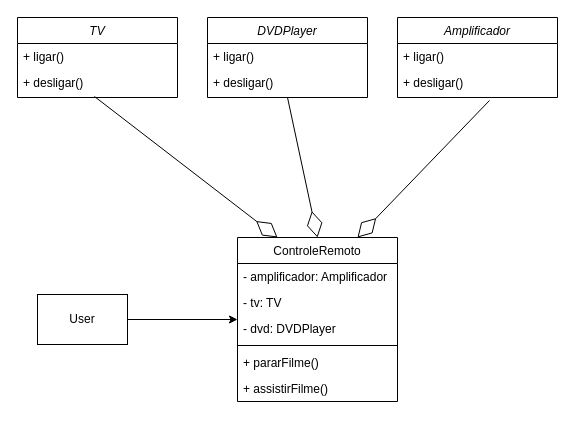
marcelosilva7/bertoti keeps this draw.io diagram as Padroes de Projeto de Sistemas/src/Facade/Diagrama facade.drawio. Above is the earlier version. Source tidied: cells renumbered, new cells numbered last; positions are measured from the earlier drawing's top-left corner, leaving out a move shared by most shapes. Both pictures are drawn from the tidied source at 100%, with x=0, y=0 at pixel (17, 17).
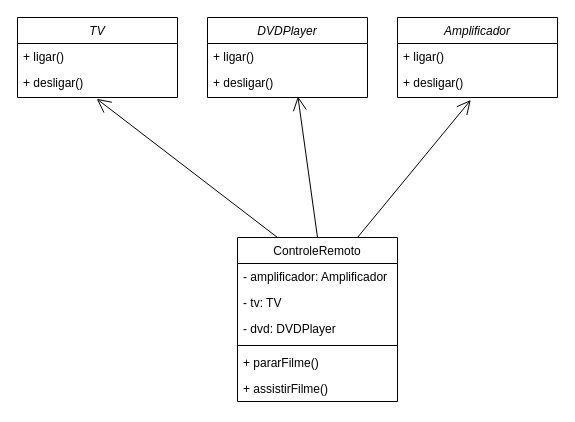
The same diagram, later.

Unchanged cells that the change refers to:
```xml
<mxCell id="2" value="DVDPlayer" style="swimlane;fontStyle=2;align=center;verticalAlign=top;horizontal=1;startSize=26;rounded=0;shadow=0;strokeWidth=1;" parent="1" vertex="1">
  <mxGeometry x="190" width="160" height="80" as="geometry" />
</mxCell>
<mxCell id="4" value="+ desligar()" style="text;align=left;verticalAlign=top;spacingLeft=4;spacingRight=4;overflow=hidden;points=[[0,0.5],[1,0.5]];portConstraint=eastwest;rounded=0;shadow=0;html=0;" parent="2" vertex="1">
  <mxGeometry y="52" width="160" height="26" as="geometry" />
</mxCell>
<mxCell id="5" value="ControleRemoto" style="swimlane;fontStyle=0;align=center;verticalAlign=top;horizontal=1;startSize=26;rounded=0;shadow=0;strokeWidth=1;" parent="1" vertex="1">
  <mxGeometry x="220" y="220" width="160" height="164" as="geometry" />
</mxCell>
<mxCell id="8" value="- dvd: DVDPlayer" style="text;align=left;verticalAlign=top;spacingLeft=4;spacingRight=4;overflow=hidden;points=[[0,0.5],[1,0.5]];portConstraint=eastwest;" parent="5" vertex="1">
  <mxGeometry y="78" width="160" height="26" as="geometry" />
</mxCell>
<mxCell id="14" value="+ desligar()" style="text;align=left;verticalAlign=top;spacingLeft=4;spacingRight=4;overflow=hidden;points=[[0,0.5],[1,0.5]];portConstraint=eastwest;rounded=0;shadow=0;html=0;" parent="12" vertex="1">
  <mxGeometry y="52" width="160" height="26" as="geometry" />
</mxCell>
<mxCell id="17" value="+ desligar()" style="text;align=left;verticalAlign=top;spacingLeft=4;spacingRight=4;overflow=hidden;points=[[0,0.5],[1,0.5]];portConstraint=eastwest;rounded=0;shadow=0;html=0;" parent="15" vertex="1">
  <mxGeometry y="52" width="160" height="26" as="geometry" />
</mxCell>
```

Change to the diagram source:
```diff
@@
-    <mxCell id="18" style="endArrow=diamondThin;endFill=0;endSize=24;html=1;rounded=0;entryX=0.25;entryY=0;entryDx=0;entryDy=0;exitX=0.481;exitY=1.038;exitDx=0;exitDy=0;exitPerimeter=0;" parent="1" edge="1" source="14" target="5">
-      <mxGeometry relative="1" as="geometry" />
-    </mxCell>
-    <mxCell id="19" style="endArrow=diamondThin;endFill=0;endSize=24;html=1;rounded=0;entryX=0.5;entryY=0;entryDx=0;entryDy=0;exitX=0.5;exitY=1;exitDx=0;exitDy=0;" parent="1" edge="1" source="2" target="5">
-      <mxGeometry relative="1" as="geometry" />
-    </mxCell>
-    <mxCell id="20" style="endArrow=diamondThin;endFill=0;endSize=24;html=1;rounded=0;entryX=0.75;entryY=0;entryDx=0;entryDy=0;exitX=0.575;exitY=1.192;exitDx=0;exitDy=0;exitPerimeter=0;" parent="1" edge="1" source="17" target="5">
-      <mxGeometry relative="1" as="geometry" />
-    </mxCell>
-    <mxCell id="21" value="User" style="html=1;whiteSpace=wrap;" parent="1" vertex="1">
-      <mxGeometry x="20" y="277" width="90" height="50" as="geometry" />
-    </mxCell>
-    <mxCell id="22" style="edgeStyle=orthogonalEdgeStyle;rounded=0;jettySize=auto;html=1;entryX=0;entryY=0.154;entryDx=0;entryDy=0;entryPerimeter=0;" parent="1" edge="1" source="21" target="8">
-      <mxGeometry relative="1" as="geometry" />
-    </mxCell>
+    <mxCell id="23" style="endArrow=open;endFill=1;endSize=12;html=1;rounded=0;exitX=0.75;exitY=0;exitDx=0;exitDy=0;entryX=0.458;entryY=1.172;entryDx=0;entryDy=0;entryPerimeter=0;" parent="1" edge="1" source="5" target="17">
+      <mxGeometry relative="1" as="geometry" />
+    </mxCell>
+    <mxCell id="24" style="endArrow=open;endFill=1;endSize=12;html=1;rounded=0;exitX=0.5;exitY=0;exitDx=0;exitDy=0;entryX=0.565;entryY=1.036;entryDx=0;entryDy=0;entryPerimeter=0;" parent="1" edge="1" source="5" target="4">
+      <mxGeometry relative="1" as="geometry" />
+    </mxCell>
+    <mxCell id="25" style="endArrow=open;endFill=1;endSize=12;html=1;rounded=0;exitX=0.25;exitY=0;exitDx=0;exitDy=0;entryX=0.495;entryY=1.127;entryDx=0;entryDy=0;entryPerimeter=0;" parent="1" edge="1" source="5" target="14">
+      <mxGeometry relative="1" as="geometry" />
+    </mxCell>
```
